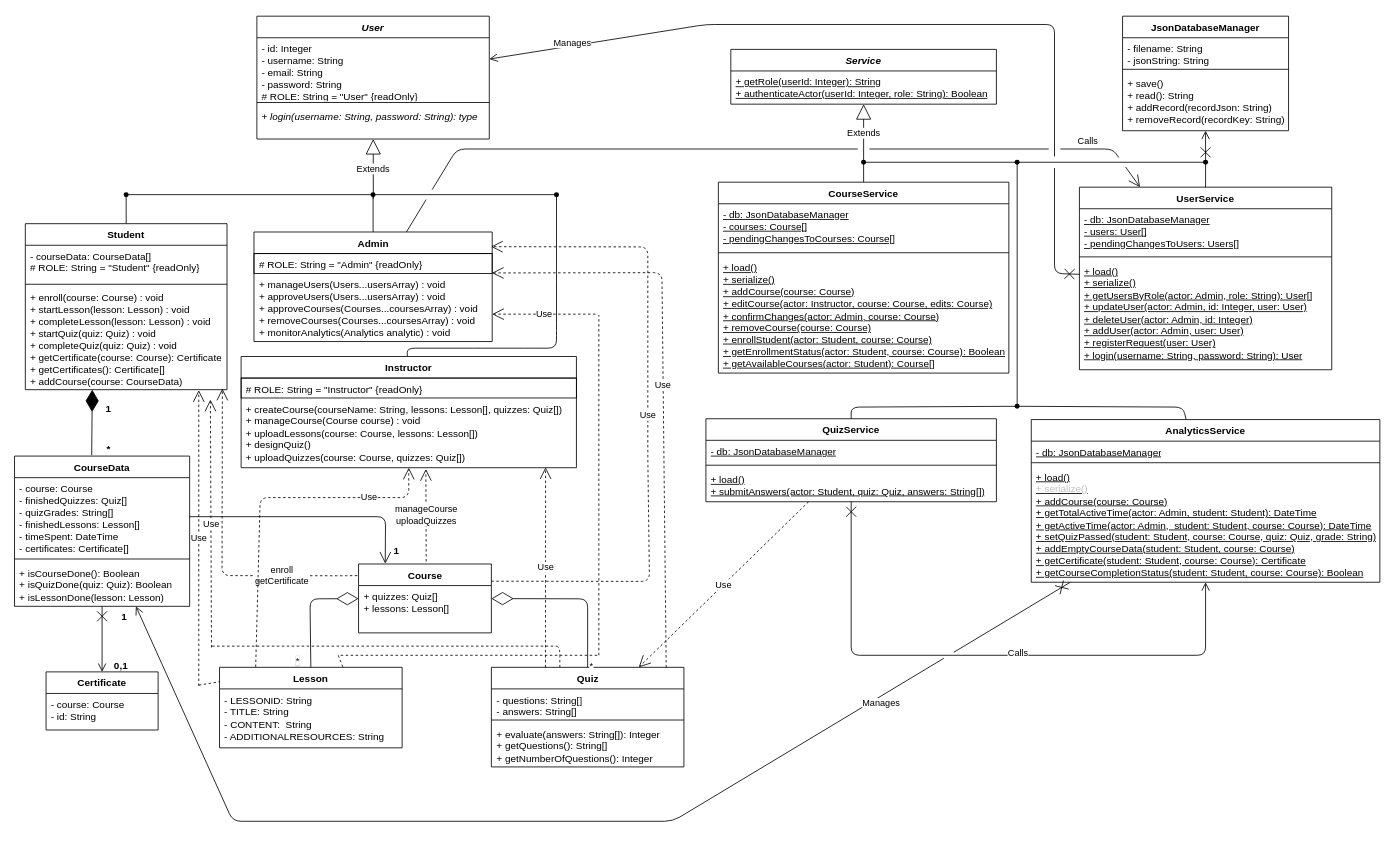
Above: Diagrams/3- Class Diagram.drawio in TahaMostafa06/Courses-Website (draw.io), before the change. Source tidied: cells renumbered, new cells numbered last; positions are measured from the earlier drawing's top-left corner, leaving out a move shared by most shapes. Both pictures are drawn from the tidied source at 83%, with x=0, y=0 at pixel (14, 16).
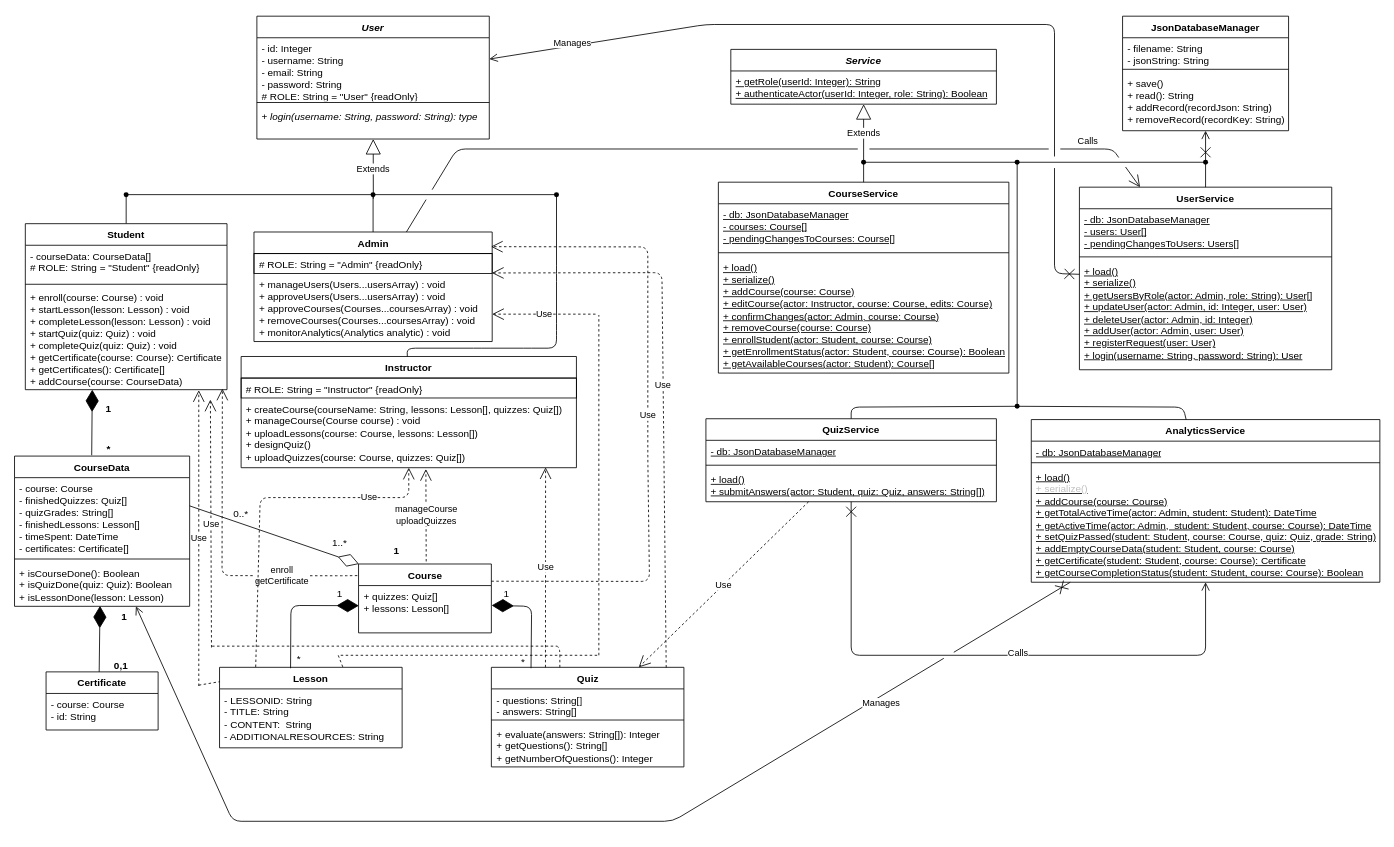
After the change.

The change refers to these unchanged cells:
```xml
<mxCell id="26" value="&lt;font&gt;Quiz&lt;/font&gt;" style="swimlane;fontStyle=1;align=center;verticalAlign=top;horizontal=1;startSize=26;whiteSpace=wrap;html=1;" parent="1" vertex="1">
  <mxGeometry x="574.5" y="784.5" width="232" height="120" as="geometry" />
</mxCell>
<mxCell id="30" value="&lt;font&gt;Lesson&lt;/font&gt;" style="swimlane;fontStyle=1;align=center;verticalAlign=top;horizontal=1;startSize=26;whiteSpace=wrap;html=1;fillColor=default;fontColor=default;" parent="1" vertex="1">
  <mxGeometry x="247" y="784.5" width="220" height="97" as="geometry" />
</mxCell>
<mxCell id="32" value="Course" style="swimlane;fontStyle=1;align=center;verticalAlign=top;horizontal=1;startSize=26;whiteSpace=wrap;html=1;" parent="1" vertex="1">
  <mxGeometry x="414.5" y="660" width="160" height="83" as="geometry" />
</mxCell>
<mxCell id="33" value="&lt;font&gt;+ quizzes: Quiz[]&lt;/font&gt;&lt;div&gt;&lt;font&gt;+ lessons: Lesson[]&lt;/font&gt;&lt;/div&gt;" style="text;strokeColor=none;fillColor=none;align=left;verticalAlign=top;spacingLeft=4;spacingRight=4;overflow=hidden;points=[[0,0.5],[1,0.5]];portConstraint=eastwest;whiteSpace=wrap;html=1;" parent="32" vertex="1">
  <mxGeometry y="26" width="160" height="57" as="geometry" />
</mxCell>
<mxCell id="34" value="&lt;font&gt;Certificate&lt;/font&gt;" style="swimlane;fontStyle=1;align=center;verticalAlign=top;horizontal=1;startSize=26;whiteSpace=wrap;html=1;" parent="1" vertex="1">
  <mxGeometry x="38" y="790" width="135" height="70" as="geometry" />
</mxCell>
<mxCell id="39" value="&lt;font&gt;CourseData&lt;/font&gt;" style="swimlane;fontStyle=1;align=center;verticalAlign=top;horizontal=1;startSize=26;whiteSpace=wrap;html=1;" parent="1" vertex="1">
  <mxGeometry y="530" width="211" height="181" as="geometry" />
</mxCell>
```

The edit, as a diff of the source:
```diff
@@
-    <mxCell id="57" style="endArrow=diamondThin;endFill=0;endSize=24;html=1;exitX=0.5;exitY=0;exitDx=0;exitDy=0;" parent="1" edge="1" source="26" target="32">
-      <mxGeometry relative="1" as="geometry">
-        <Array as="points">
-          <mxPoint x="690.5" y="702" />
-        </Array>
-      </mxGeometry>
-    </mxCell>
-    <mxCell id="58" value="&lt;span&gt;&lt;font&gt;*&lt;/font&gt;&lt;/span&gt;" style="edgeLabel;html=1;align=center;verticalAlign=middle;" parent="57" vertex="1">
-      <mxGeometry x="0.8" y="-5" relative="1" as="geometry">
-        <mxPoint x="100" y="86" as="offset" />
-      </mxGeometry>
-    </mxCell>
-    <mxCell id="59" style="endArrow=diamondThin;endFill=0;endSize=24;html=1;exitX=0.5;exitY=0;exitDx=0;exitDy=0;" parent="1" edge="1" source="30" target="32">
-      <mxGeometry relative="1" as="geometry">
-        <Array as="points">
-          <mxPoint x="356" y="702" />
-        </Array>
-      </mxGeometry>
-    </mxCell>
-    <mxCell id="60" value="&lt;font style=&quot;background-color: light-dark(#ffffff, var(--ge-dark-color, #121212));&quot;&gt;*&lt;/font&gt;" style="edgeLabel;html=1;align=center;verticalAlign=middle;fillColor=#000000;fontColor=light-dark(#190b0b, #ededed);labelBackgroundColor=#B3B3B3;" parent="59" vertex="1">
-      <mxGeometry x="-0.76" y="2" relative="1" as="geometry">
-        <mxPoint x="-14" y="9" as="offset" />
-      </mxGeometry>
-    </mxCell>
@@
-    <mxCell id="95" style="endArrow=open;endFill=1;endSize=12;html=1;entryX=0.201;entryY=-0.005;entryDx=0;entryDy=0;entryPerimeter=0;" parent="1" edge="1" target="32">
-      <mxGeometry relative="1" as="geometry">
-        <mxPoint x="211" y="603" as="sourcePoint" />
-        <Array as="points">
-          <mxPoint x="447" y="603" />
-        </Array>
-      </mxGeometry>
-    </mxCell>
@@
-    <mxCell id="102" style="endArrow=open;startArrow=cross;endFill=0;startFill=0;endSize=8;startSize=10;html=1;" parent="1" edge="1" source="39" target="34">
-      <mxGeometry relative="1" as="geometry" />
-    </mxCell>
@@
+    <mxCell id="110" style="endArrow=diamondThin;endFill=1;endSize=24;html=1;entryX=0.489;entryY=0.995;entryDx=0;entryDy=0;entryPerimeter=0;" parent="1" edge="1">
+      <mxGeometry relative="1" as="geometry">
+        <mxPoint x="102" y="790" as="sourcePoint" />
+        <mxPoint x="103" y="710.5" as="targetPoint" />
+      </mxGeometry>
+    </mxCell>
+    <mxCell id="111" style="endArrow=diamondThin;endFill=0;endSize=24;html=1;entryX=0;entryY=0;entryDx=0;entryDy=0;" parent="1" edge="1">
+      <mxGeometry relative="1" as="geometry">
+        <mxPoint x="211" y="590" as="sourcePoint" />
+        <mxPoint x="415" y="660" as="targetPoint" />
+      </mxGeometry>
+    </mxCell>
+    <mxCell id="112" value="0..*" style="text;html=1;align=center;verticalAlign=middle;whiteSpace=wrap;rounded=0;" parent="1" vertex="1">
+      <mxGeometry x="243" y="585" width="60" height="30" as="geometry" />
+    </mxCell>
+    <mxCell id="113" value="1..*" style="text;html=1;align=center;verticalAlign=middle;whiteSpace=wrap;rounded=0;" parent="1" vertex="1">
+      <mxGeometry x="362" y="620" width="60" height="30" as="geometry" />
+    </mxCell>
+    <mxCell id="114" style="endArrow=diamondThin;endFill=1;endSize=24;html=1;exitX=0.389;exitY=0.011;exitDx=0;exitDy=0;exitPerimeter=0;entryX=0.002;entryY=0.425;entryDx=0;entryDy=0;entryPerimeter=0;" parent="1" edge="1" source="30" target="33">
+      <mxGeometry relative="1" as="geometry">
+        <Array as="points">
+          <mxPoint x="333" y="710" />
+        </Array>
+      </mxGeometry>
+    </mxCell>
+    <mxCell id="115" style="endArrow=diamondThin;endFill=1;endSize=24;html=1;exitX=0.206;exitY=0.009;exitDx=0;exitDy=0;exitPerimeter=0;entryX=1.002;entryY=0.419;entryDx=0;entryDy=0;entryPerimeter=0;" parent="1" edge="1" source="26" target="33">
+      <mxGeometry relative="1" as="geometry">
+        <Array as="points">
+          <mxPoint x="623" y="711" />
+        </Array>
+      </mxGeometry>
+    </mxCell>
+    <mxCell id="116" value="1" style="text;html=1;align=center;verticalAlign=middle;whiteSpace=wrap;rounded=0;" parent="1" vertex="1">
+      <mxGeometry x="362" y="681" width="60" height="30" as="geometry" />
+    </mxCell>
+    <mxCell id="117" value="*" style="text;html=1;align=center;verticalAlign=middle;whiteSpace=wrap;rounded=0;" parent="1" vertex="1">
+      <mxGeometry x="313" y="760" width="60" height="30" as="geometry" />
+    </mxCell>
+    <mxCell id="118" value="*" style="text;html=1;align=center;verticalAlign=middle;whiteSpace=wrap;rounded=0;" parent="1" vertex="1">
+      <mxGeometry x="583" y="762.5" width="60" height="30" as="geometry" />
+    </mxCell>
+    <mxCell id="119" value="1" style="text;html=1;align=center;verticalAlign=middle;whiteSpace=wrap;rounded=0;" parent="1" vertex="1">
+      <mxGeometry x="563" y="681" width="60" height="30" as="geometry" />
+    </mxCell>
```
